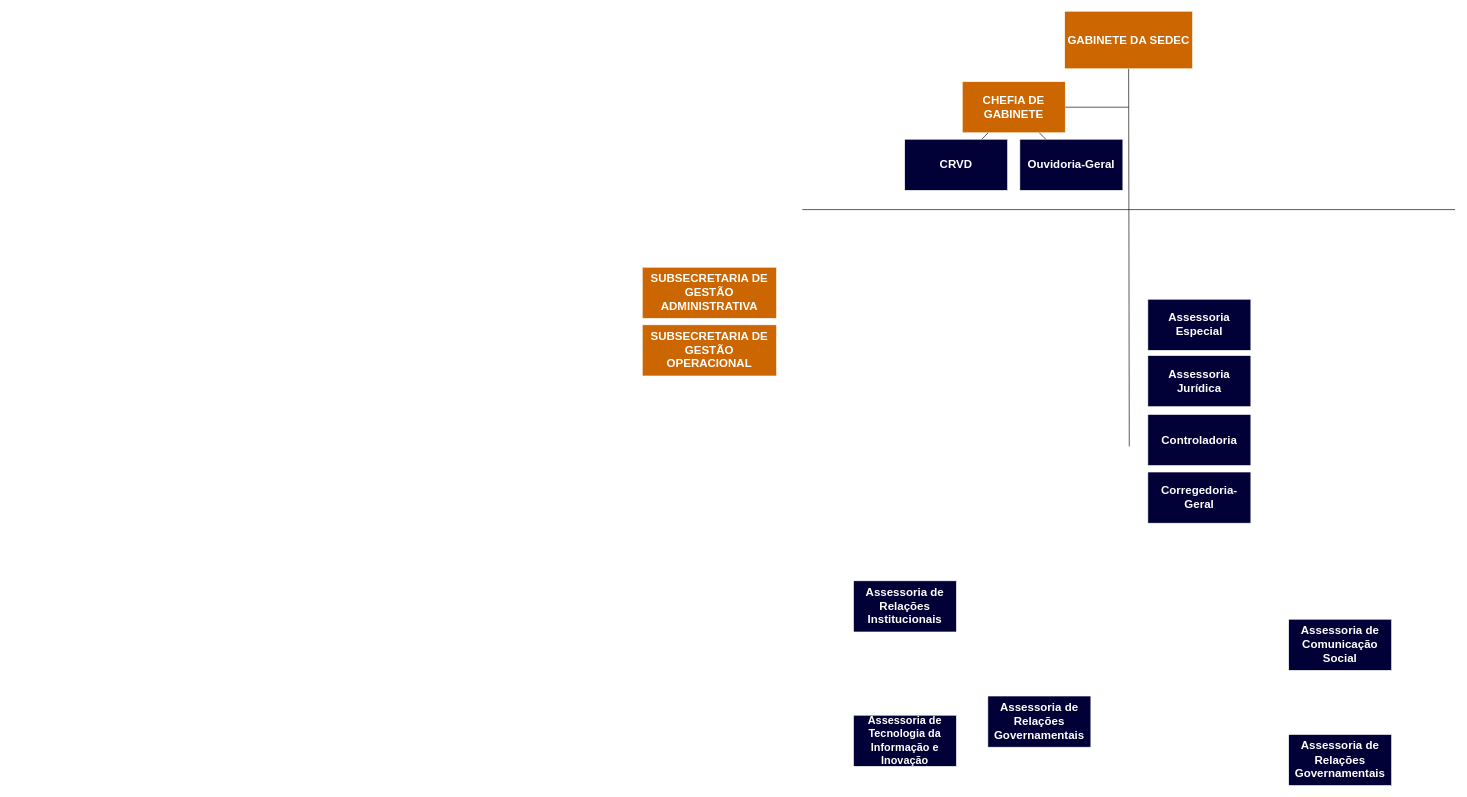
This is Diagrama sem nome.drawio from davidmsvc/pedal_arte, a draw.io file, before an edit. Source tidied: cells renumbered, new cells numbered last; positions are measured from the earlier drawing's top-left corner, leaving out a move shared by most shapes. Both pictures are drawn from the tidied source at 64%, with x=0, y=0 at pixel (642, 11).
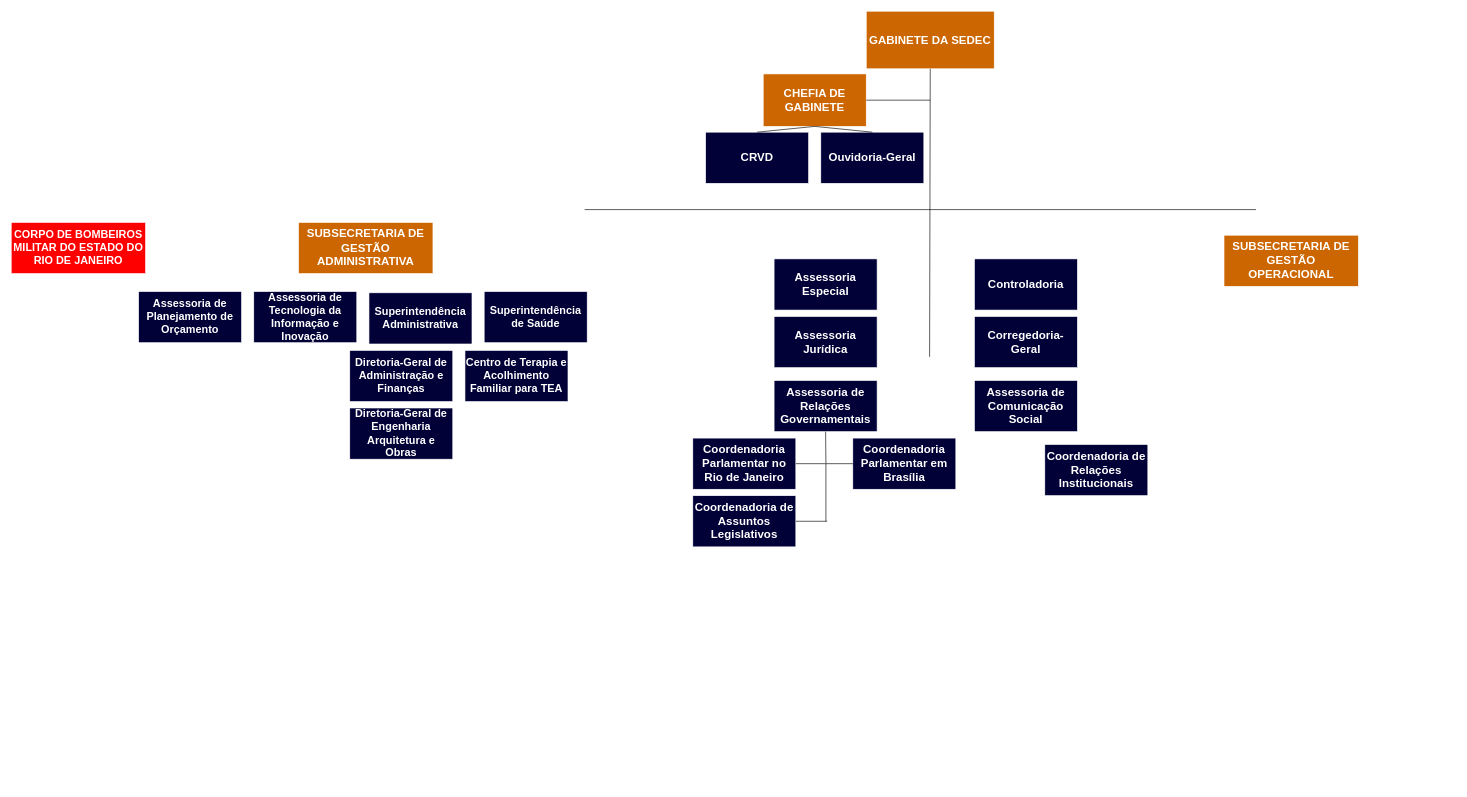
After the change.

Change to the diagram source:
```diff
@@
     <mxCell id="2" value="&lt;font style=&quot;color: rgb(255, 255, 255); font-size: 18px;&quot;&gt;&lt;b style=&quot;&quot;&gt;GABINETE DA SEDEC&lt;/b&gt;&lt;/font&gt;" style="rounded=0;whiteSpace=wrap;html=1;fillColor=#CC6600;strokeColor=#FFFFFF;" parent="1" vertex="1">
-      <mxGeometry x="660" width="200" height="90" as="geometry" />
+      <mxGeometry x="350" width="200" height="90" as="geometry" />
     </mxCell>
     <mxCell id="3" style="endArrow=none;html=1;rounded=0;entryX=0.5;entryY=1;entryDx=0;entryDy=0;" parent="1" edge="1" target="2">
       <mxGeometry relative="1" as="geometry">
-        <mxPoint x="761" y="680" as="sourcePoint" />
+        <mxPoint x="449" y="540" as="sourcePoint" />
       </mxGeometry>
     </mxCell>
     <mxCell id="4" value="&lt;font color=&quot;#ffffff&quot;&gt;&lt;span style=&quot;font-size: 18px;&quot;&gt;&lt;b&gt;CHEFIA DE GABINETE&lt;/b&gt;&lt;/span&gt;&lt;/font&gt;" style="rounded=0;whiteSpace=wrap;html=1;fillColor=#CC6600;strokeColor=#FFFFFF;" parent="1" vertex="1">
-      <mxGeometry x="500" y="110" width="161" height="80" as="geometry" />
+      <mxGeometry x="189" y="98" width="161" height="82" as="geometry" />
     </mxCell>
     <mxCell id="5" style="endArrow=none;html=1;rounded=0;exitX=1;exitY=0.5;exitDx=0;exitDy=0;" parent="1" edge="1" source="4">
       <mxGeometry relative="1" as="geometry">
-        <mxPoint x="760" y="150" as="targetPoint" />
+        <mxPoint x="450" y="139" as="targetPoint" />
       </mxGeometry>
     </mxCell>
     <mxCell id="6" value="&lt;font color=&quot;#ffffff&quot;&gt;&lt;span style=&quot;font-size: 18px;&quot;&gt;&lt;b&gt;CRVD&lt;/b&gt;&lt;/span&gt;&lt;/font&gt;" style="rounded=0;whiteSpace=wrap;html=1;fillColor=light-dark(#010137, #dadaff);strokeColor=#FFFFFF;" parent="1" vertex="1">
-      <mxGeometry x="410" y="200" width="161" height="80" as="geometry" />
+      <mxGeometry x="99" y="189" width="161" height="80" as="geometry" />
     </mxCell>
-    <mxCell id="7" style="endArrow=none;html=1;rounded=0;" parent="1" edge="1" target="6">
-      <mxGeometry relative="1" as="geometry">
-        <mxPoint x="540.5" y="190" as="sourcePoint" />
-      </mxGeometry>
+    <mxCell id="7" style="endArrow=none;html=1;rounded=0;exitX=0.5;exitY=1;exitDx=0;exitDy=0;entryX=0.5;entryY=0;entryDx=0;entryDy=0;" parent="1" edge="1" source="4" target="6">
+      <mxGeometry relative="1" as="geometry" />
     </mxCell>
     <mxCell id="8" value="&lt;font color=&quot;#ffffff&quot;&gt;&lt;span style=&quot;font-size: 18px;&quot;&gt;&lt;b&gt;Assessoria Especial&lt;/b&gt;&lt;/span&gt;&lt;/font&gt;" style="rounded=0;whiteSpace=wrap;html=1;fillColor=light-dark(#010137, #dadaff);strokeColor=#FFFFFF;" parent="1" vertex="1">
-      <mxGeometry x="790" y="450" width="161" height="80" as="geometry" />
+      <mxGeometry x="206" y="387" width="161" height="80" as="geometry" />
     </mxCell>
     <mxCell id="9" value="&lt;font color=&quot;#ffffff&quot;&gt;&lt;span style=&quot;font-size: 18px;&quot;&gt;&lt;b&gt;Assessoria Jurídica&lt;/b&gt;&lt;/span&gt;&lt;/font&gt;" style="rounded=0;whiteSpace=wrap;html=1;fillColor=light-dark(#010137, #dadaff);strokeColor=#FFFFFF;" parent="1" vertex="1">
-      <mxGeometry x="790" y="538" width="161" height="80" as="geometry" />
+      <mxGeometry x="206" y="477" width="161" height="80" as="geometry" />
     </mxCell>
     <mxCell id="10" value="&lt;font style=&quot;font-size: 17px;&quot; color=&quot;#ffffff&quot;&gt;&lt;b style=&quot;&quot;&gt;Assessoria de Tecnologia da Informação e Inovação&lt;/b&gt;&lt;/font&gt;" style="rounded=0;whiteSpace=wrap;html=1;fillColor=light-dark(#010137, #dadaff);strokeColor=#FFFFFF;" parent="1" vertex="1">
-      <mxGeometry x="330" y="1100" width="161" height="80" as="geometry" />
+      <mxGeometry x="-607" y="438" width="161" height="80" as="geometry" />
     </mxCell>
-    <mxCell id="11" value="&lt;font color=&quot;#ffffff&quot;&gt;&lt;span style=&quot;font-size: 18px;&quot;&gt;&lt;b&gt;Assessoria de Relações Institucionais&lt;/b&gt;&lt;/span&gt;&lt;/font&gt;" style="rounded=0;whiteSpace=wrap;html=1;fillColor=light-dark(#010137, #dadaff);strokeColor=#FFFFFF;" parent="1" vertex="1">
-      <mxGeometry x="330" y="890" width="161" height="80" as="geometry" />
-    </mxCell>
     <mxCell id="12" value="&lt;font color=&quot;#ffffff&quot;&gt;&lt;span style=&quot;font-size: 18px;&quot;&gt;&lt;b&gt;Assessoria de Comunicação Social&lt;/b&gt;&lt;/span&gt;&lt;/font&gt;" style="rounded=0;whiteSpace=wrap;html=1;fillColor=light-dark(#010137, #dadaff);strokeColor=#FFFFFF;" parent="1" vertex="1">
-      <mxGeometry x="1010" y="950" width="161" height="80" as="geometry" />
+      <mxGeometry x="519" y="577" width="161" height="80" as="geometry" />
     </mxCell>
     <mxCell id="13" value="&lt;font color=&quot;#ffffff&quot;&gt;&lt;span style=&quot;font-size: 18px;&quot;&gt;&lt;b&gt;Assessoria de Relações Governamentais&lt;/b&gt;&lt;/span&gt;&lt;/font&gt;" style="rounded=0;whiteSpace=wrap;html=1;fillColor=light-dark(#010137, #dadaff);strokeColor=#FFFFFF;" parent="1" vertex="1">
-      <mxGeometry x="540" y="1070" width="161" height="80" as="geometry" />
+      <mxGeometry x="206" y="577" width="161" height="80" as="geometry" />
     </mxCell>
-    <mxCell id="14" value="&lt;font color=&quot;#ffffff&quot;&gt;&lt;span style=&quot;font-size: 18px;&quot;&gt;&lt;b&gt;Assessoria de Relações Governamentais&lt;/b&gt;&lt;/span&gt;&lt;/font&gt;" style="rounded=0;whiteSpace=wrap;html=1;fillColor=light-dark(#010137, #dadaff);strokeColor=#FFFFFF;" parent="1" vertex="1">
-      <mxGeometry x="1010" y="1130" width="161" height="80" as="geometry" />
+    <mxCell id="14" value="&lt;font color=&quot;#ffffff&quot;&gt;&lt;span style=&quot;font-size: 18px;&quot;&gt;&lt;b&gt;Coordenadoria Parlamentar no Rio de Janeiro&lt;/b&gt;&lt;/span&gt;&lt;/font&gt;" style="rounded=0;whiteSpace=wrap;html=1;fillColor=light-dark(#010137, #dadaff);strokeColor=#FFFFFF;" parent="1" vertex="1">
+      <mxGeometry x="79" y="667" width="161" height="80" as="geometry" />
     </mxCell>
     <mxCell id="15" value="&lt;font color=&quot;#ffffff&quot;&gt;&lt;span style=&quot;font-size: 18px;&quot;&gt;&lt;b&gt;Ouvidoria-Geral&lt;/b&gt;&lt;/span&gt;&lt;/font&gt;" style="rounded=0;whiteSpace=wrap;html=1;fillColor=light-dark(#010137, #dadaff);strokeColor=#FFFFFF;" parent="1" vertex="1">
-      <mxGeometry x="590" y="200" width="161" height="80" as="geometry" />
+      <mxGeometry x="279" y="189" width="161" height="80" as="geometry" />
     </mxCell>
-    <mxCell id="16" style="endArrow=none;html=1;rounded=0;" parent="1" edge="1" target="15">
-      <mxGeometry relative="1" as="geometry">
-        <mxPoint x="620.5" y="190" as="sourcePoint" />
-      </mxGeometry>
+    <mxCell id="16" style="endArrow=none;html=1;rounded=0;entryX=0.5;entryY=0;entryDx=0;entryDy=0;exitX=0.5;exitY=1;exitDx=0;exitDy=0;" parent="1" edge="1" source="4" target="15">
+      <mxGeometry relative="1" as="geometry" />
     </mxCell>
     <mxCell id="17" value="&lt;font color=&quot;#ffffff&quot;&gt;&lt;span style=&quot;font-size: 18px;&quot;&gt;&lt;b&gt;Controladoria&lt;/b&gt;&lt;/span&gt;&lt;/font&gt;" style="rounded=0;whiteSpace=wrap;html=1;fillColor=light-dark(#010137, #dadaff);strokeColor=#FFFFFF;" parent="1" vertex="1">
-      <mxGeometry x="790" y="630" width="161" height="80" as="geometry" />
+      <mxGeometry x="519" y="387" width="161" height="80" as="geometry" />
     </mxCell>
     <mxCell id="18" value="&lt;font color=&quot;#ffffff&quot;&gt;&lt;span style=&quot;font-size: 18px;&quot;&gt;&lt;b&gt;Corregedoria-Geral&lt;/b&gt;&lt;/span&gt;&lt;/font&gt;" style="rounded=0;whiteSpace=wrap;html=1;fillColor=light-dark(#010137, #dadaff);strokeColor=#FFFFFF;" parent="1" vertex="1">
-      <mxGeometry x="790" y="720" width="161" height="80" as="geometry" />
+      <mxGeometry x="519" y="477" width="161" height="80" as="geometry" />
     </mxCell>
     <mxCell id="19" style="endArrow=none;html=1;rounded=0;" parent="1" edge="1">
       <mxGeometry relative="1" as="geometry">
-        <mxPoint x="250" y="310" as="sourcePoint" />
-        <mxPoint x="1270" y="310" as="targetPoint" />
+        <mxPoint x="-90" y="310" as="sourcePoint" />
+        <mxPoint x="959" y="310" as="targetPoint" />
       </mxGeometry>
     </mxCell>
     <mxCell id="20" value="&lt;font color=&quot;#ffffff&quot;&gt;&lt;span style=&quot;font-size: 18px;&quot;&gt;&lt;b&gt;SUBSECRETARIA DE GESTÃO ADMINISTRATIVA&lt;/b&gt;&lt;/span&gt;&lt;/font&gt;" style="rounded=0;whiteSpace=wrap;html=1;fillColor=#CC6600;strokeColor=#FFFFFF;" parent="1" vertex="1">
-      <mxGeometry y="400" width="210" height="80" as="geometry" />
+      <mxGeometry x="-537" y="330" width="210" height="80" as="geometry" />
     </mxCell>
     <mxCell id="21" value="&lt;font color=&quot;#ffffff&quot;&gt;&lt;span style=&quot;font-size: 18px;&quot;&gt;&lt;b&gt;SUBSECRETARIA DE GESTÃO OPERACIONAL&lt;/b&gt;&lt;/span&gt;&lt;/font&gt;" style="rounded=0;whiteSpace=wrap;html=1;fillColor=#CC6600;strokeColor=#FFFFFF;" parent="1" vertex="1">
-      <mxGeometry y="490" width="210" height="80" as="geometry" />
+      <mxGeometry x="909" y="350" width="210" height="80" as="geometry" />
     </mxCell>
+    <mxCell id="22" value="&lt;font color=&quot;#ffffff&quot;&gt;&lt;span style=&quot;font-size: 18px;&quot;&gt;&lt;b&gt;Coordenadoria de Relações Institucionais&lt;/b&gt;&lt;/span&gt;&lt;/font&gt;" style="rounded=0;whiteSpace=wrap;html=1;fillColor=light-dark(#010137, #dadaff);strokeColor=#FFFFFF;" parent="1" vertex="1">
+      <mxGeometry x="629" y="677" width="161" height="80" as="geometry" />
+    </mxCell>
+    <mxCell id="23" value="&lt;font color=&quot;#ffffff&quot;&gt;&lt;span style=&quot;font-size: 18px;&quot;&gt;&lt;b&gt;Coordenadoria Parlamentar em Brasília&lt;/b&gt;&lt;/span&gt;&lt;/font&gt;" style="rounded=0;whiteSpace=wrap;html=1;fillColor=light-dark(#010137, #dadaff);strokeColor=#FFFFFF;" parent="1" vertex="1">
+      <mxGeometry x="329" y="667" width="161" height="80" as="geometry" />
+    </mxCell>
+    <mxCell id="24" style="endArrow=none;html=1;rounded=0;entryX=1;entryY=0.5;entryDx=0;entryDy=0;exitX=0.5;exitY=1;exitDx=0;exitDy=0;" parent="1" edge="1" target="14">
+      <mxGeometry relative="1" as="geometry">
+        <mxPoint x="286.5" y="707" as="sourcePoint" />
+      </mxGeometry>
+    </mxCell>
+    <mxCell id="25" style="endArrow=none;html=1;rounded=0;exitX=0.5;exitY=1;exitDx=0;exitDy=0;" parent="1" edge="1" source="13">
+      <mxGeometry relative="1" as="geometry">
+        <mxPoint x="329" y="707" as="targetPoint" />
+        <Array as="points">
+          <mxPoint x="287" y="707" />
+          <mxPoint x="329" y="707" />
+        </Array>
+      </mxGeometry>
+    </mxCell>
+    <mxCell id="26" style="endArrow=none;html=1;rounded=0;" parent="1" edge="1">
+      <mxGeometry relative="1" as="geometry">
+        <mxPoint x="287" y="797" as="sourcePoint" />
+        <mxPoint x="287" y="707" as="targetPoint" />
+      </mxGeometry>
+    </mxCell>
+    <mxCell id="27" value="&lt;font color=&quot;#ffffff&quot;&gt;&lt;span style=&quot;font-size: 18px;&quot;&gt;&lt;b&gt;Coordenadoria de Assuntos Legislativos&lt;/b&gt;&lt;/span&gt;&lt;/font&gt;" style="rounded=0;whiteSpace=wrap;html=1;fillColor=light-dark(#010137, #dadaff);strokeColor=#FFFFFF;" parent="1" vertex="1">
+      <mxGeometry x="79" y="757" width="161" height="80" as="geometry" />
+    </mxCell>
+    <mxCell id="28" style="endArrow=none;html=1;rounded=0;entryX=1;entryY=0.5;entryDx=0;entryDy=0;" parent="1" edge="1" target="27">
+      <mxGeometry relative="1" as="geometry">
+        <mxPoint x="289" y="797" as="sourcePoint" />
+      </mxGeometry>
+    </mxCell>
+    <mxCell id="29" value="&lt;font style=&quot;font-size: 17px;&quot; color=&quot;#ffffff&quot;&gt;&lt;b style=&quot;&quot;&gt;Assessoria de Planejamento de Orçamento&lt;/b&gt;&lt;/font&gt;" style="rounded=0;whiteSpace=wrap;html=1;fillColor=light-dark(#010137, #dadaff);strokeColor=#FFFFFF;" parent="1" vertex="1">
+      <mxGeometry x="-787" y="438" width="161" height="80" as="geometry" />
+    </mxCell>
+    <mxCell id="30" value="&lt;font style=&quot;font-size: 17px;&quot; color=&quot;#ffffff&quot;&gt;&lt;b style=&quot;&quot;&gt;Superintendência Administrativa&lt;/b&gt;&lt;/font&gt;" style="rounded=0;whiteSpace=wrap;html=1;fillColor=light-dark(#010137, #dadaff);strokeColor=#FFFFFF;" parent="1" vertex="1">
+      <mxGeometry x="-427" y="440" width="161" height="80" as="geometry" />
+    </mxCell>
+    <mxCell id="31" value="&lt;font style=&quot;font-size: 17px;&quot; color=&quot;#ffffff&quot;&gt;&lt;b style=&quot;&quot;&gt;Superintendência de Saúde&lt;/b&gt;&lt;/font&gt;" style="rounded=0;whiteSpace=wrap;html=1;fillColor=light-dark(#010137, #dadaff);strokeColor=#FFFFFF;" parent="1" vertex="1">
+      <mxGeometry x="-247" y="438" width="161" height="80" as="geometry" />
+    </mxCell>
+    <mxCell id="32" value="&lt;font style=&quot;font-size: 17px;&quot; color=&quot;#ffffff&quot;&gt;&lt;b style=&quot;&quot;&gt;Diretoria-Geral de Administração e Finanças&lt;/b&gt;&lt;/font&gt;" style="rounded=0;whiteSpace=wrap;html=1;fillColor=light-dark(#010137, #dadaff);strokeColor=#FFFFFF;" parent="1" vertex="1">
+      <mxGeometry x="-457" y="530" width="161" height="80" as="geometry" />
+    </mxCell>
+    <mxCell id="33" value="&lt;font style=&quot;font-size: 17px;&quot; color=&quot;#ffffff&quot;&gt;&lt;b style=&quot;&quot;&gt;Diretoria-Geral de Engenharia Arquitetura e Obras&lt;/b&gt;&lt;/font&gt;" style="rounded=0;whiteSpace=wrap;html=1;fillColor=light-dark(#010137, #dadaff);strokeColor=#FFFFFF;" parent="1" vertex="1">
+      <mxGeometry x="-457" y="620" width="161" height="80" as="geometry" />
+    </mxCell>
+    <mxCell id="34" value="&lt;font style=&quot;font-size: 17px;&quot; color=&quot;#ffffff&quot;&gt;&lt;b style=&quot;&quot;&gt;Centro de Terapia e Acolhimento Familiar para TEA&lt;/b&gt;&lt;/font&gt;" style="rounded=0;whiteSpace=wrap;html=1;fillColor=light-dark(#010137, #dadaff);strokeColor=#FFFFFF;" parent="1" vertex="1">
+      <mxGeometry x="-277" y="530" width="161" height="80" as="geometry" />
+    </mxCell>
+    <mxCell id="35" value="&lt;font color=&quot;#ffffff&quot;&gt;&lt;span&gt;&lt;b&gt;CORPO DE BOMBEIROS MILITAR DO ESTADO DO RIO DE JANEIRO&lt;/b&gt;&lt;/span&gt;&lt;/font&gt;" style="rounded=0;whiteSpace=wrap;html=1;fillColor=#FF0000;strokeColor=#FFFFFF;fontSize=17;" parent="1" vertex="1">
+      <mxGeometry x="-986" y="330" width="210" height="80" as="geometry" />
+    </mxCell>
```
